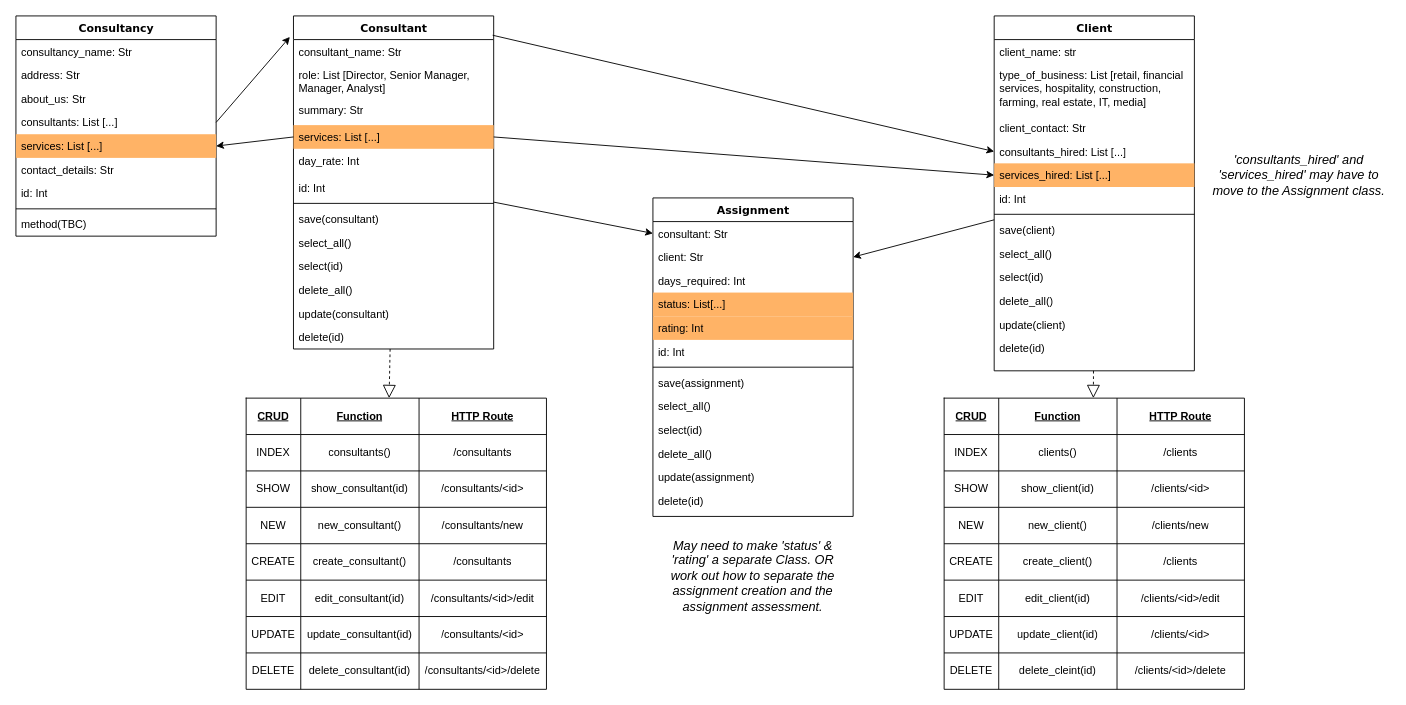
The draw.io diagram planning/Class Diagrams.drawio in michaelmccoll/Project_Secure_Design, before the edit. Source tidied: cells renumbered, new cells numbered last; positions are measured from the earlier drawing's top-left corner, leaving out a move shared by most shapes. Both pictures are drawn from the tidied source at 91%, with x=0, y=0 at pixel (15, 15).
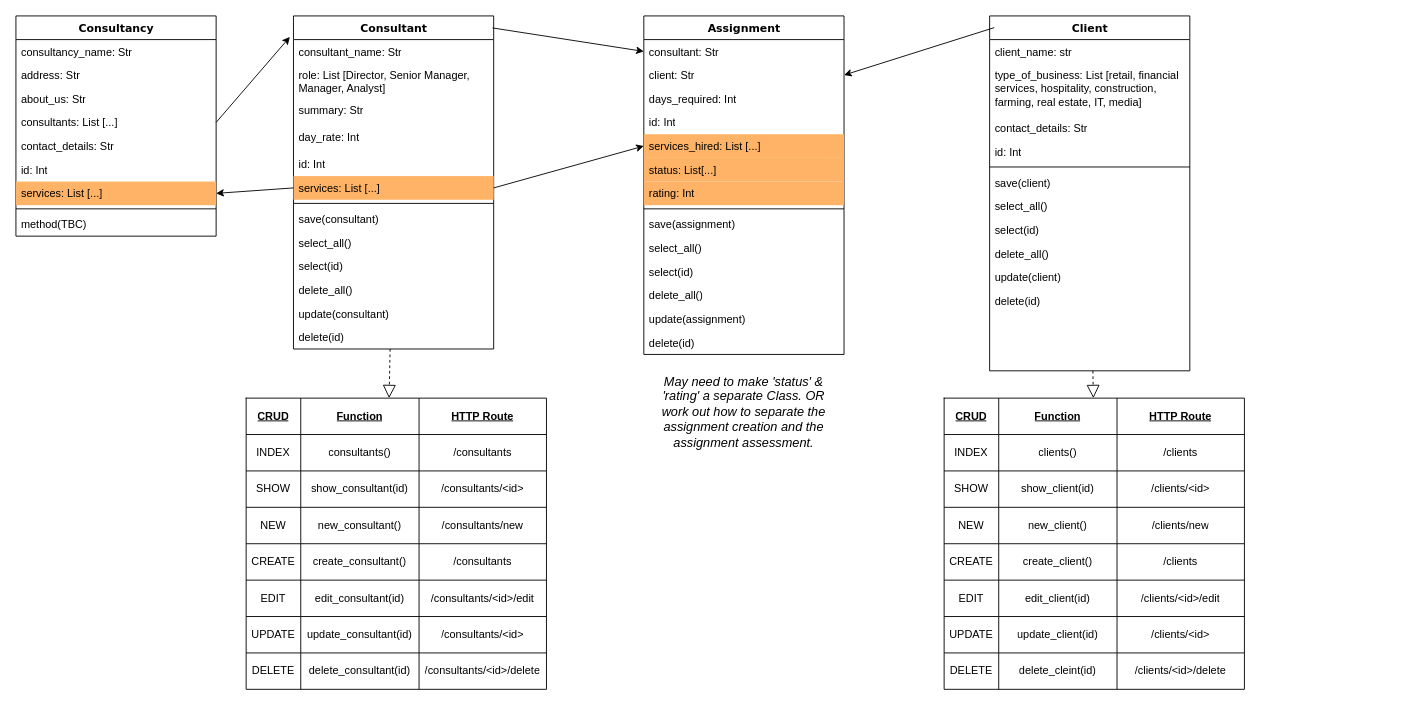
The same diagram, later.

Unchanged cells that the change refers to:
```xml
<mxCell id="16" value="Consultancy" style="swimlane;html=1;fontStyle=1;align=center;verticalAlign=top;horizontal=1;startSize=26;swimlaneFillColor=#ffffff;rounded=0;shadow=0;comic=0;labelBackgroundColor=none;strokeWidth=1;fillColor=none;fontFamily=Verdana;fontSize=12;" parent="1" vertex="1">
  <mxGeometry width="220" height="242" as="geometry" />
</mxCell>
<mxCell id="26" value="Consultant" style="swimlane;html=1;fontStyle=1;align=center;verticalAlign=top;horizontal=1;startSize=26;swimlaneFillColor=#ffffff;rounded=0;shadow=0;comic=0;labelBackgroundColor=none;strokeWidth=1;fillColor=none;fontFamily=Verdana;fontSize=12;" parent="1" vertex="1">
  <mxGeometry x="305" width="220" height="366" as="geometry" />
</mxCell>
<mxCell id="113" value="consultant: Str" style="text;html=1;strokeColor=none;fillColor=none;align=left;verticalAlign=top;spacingLeft=4;spacingRight=4;whiteSpace=wrap;overflow=hidden;points=[[0,0.5],[1,0.5]];portConstraint=eastwest;" parent="112" vertex="1">
  <mxGeometry y="26" width="220" height="26" as="geometry" />
</mxCell>
<mxCell id="114" value="client: Str" style="text;html=1;strokeColor=none;fillColor=none;align=left;verticalAlign=top;spacingLeft=4;spacingRight=4;whiteSpace=wrap;overflow=hidden;points=[[0,0.5],[1,0.5]];portConstraint=eastwest;" parent="112" vertex="1">
  <mxGeometry y="52" width="220" height="26" as="geometry" />
</mxCell>
```

Diff of the diagram source:
```diff
@@
     <mxCell id="2" value="Client" style="swimlane;html=1;fontStyle=1;align=center;verticalAlign=top;horizontal=1;startSize=26;swimlaneFillColor=#ffffff;rounded=0;shadow=0;comic=0;labelBackgroundColor=none;strokeWidth=1;fillColor=none;fontFamily=Verdana;fontSize=12;" parent="1" vertex="1">
-      <mxGeometry x="1075" width="220" height="390" as="geometry" />
+      <mxGeometry x="1070" width="220" height="390" as="geometry" />
     </mxCell>
@@
-    <mxCell id="5" value="client_contact: Str" style="text;html=1;strokeColor=none;fillColor=none;align=left;verticalAlign=top;spacingLeft=4;spacingRight=4;whiteSpace=wrap;overflow=hidden;" parent="2" vertex="1">
+    <mxCell id="5" value="contact_details: Str" style="text;html=1;strokeColor=none;fillColor=none;align=left;verticalAlign=top;spacingLeft=4;spacingRight=4;whiteSpace=wrap;overflow=hidden;" parent="2" vertex="1">
       <mxGeometry y="110" width="220" height="26" as="geometry" />
     </mxCell>
-    <mxCell id="6" value="consultants_hired: List [...]" style="text;html=1;strokeColor=none;fillColor=none;align=left;verticalAlign=top;spacingLeft=4;spacingRight=4;whiteSpace=wrap;overflow=hidden;points=[[0,0.5],[1,0.5]];portConstraint=eastwest;" parent="2" vertex="1">
-      <mxGeometry y="136" width="220" height="26" as="geometry" />
-    </mxCell>
-    <mxCell id="7" value="services_hired: List [...]" style="text;html=1;strokeColor=none;fillColor=#FFB366;align=left;verticalAlign=top;spacingLeft=4;spacingRight=4;whiteSpace=wrap;overflow=hidden;points=[[0,0.5],[1,0.5]];portConstraint=eastwest;" parent="2" vertex="1">
-      <mxGeometry y="162" width="220" height="26" as="geometry" />
-    </mxCell>
     <mxCell id="8" value="id: Int" style="text;html=1;strokeColor=none;fillColor=none;align=left;verticalAlign=top;spacingLeft=4;spacingRight=4;whiteSpace=wrap;overflow=hidden;" parent="2" vertex="1">
-      <mxGeometry y="188" width="220" height="26" as="geometry" />
+      <mxGeometry y="136" width="220" height="26" as="geometry" />
     </mxCell>
     <mxCell id="9" style="line;html=1;strokeWidth=1;fillColor=none;align=left;verticalAlign=middle;spacingTop=-1;spacingLeft=3;spacingRight=3;labelPosition=right;" parent="2" vertex="1">
-      <mxGeometry y="214" width="220" height="8" as="geometry" />
+      <mxGeometry y="162" width="220" height="8" as="geometry" />
     </mxCell>
     <mxCell id="10" value="save(client)" style="text;html=1;strokeColor=none;fillColor=none;align=left;verticalAlign=top;spacingLeft=4;spacingRight=4;whiteSpace=wrap;overflow=hidden;" parent="2" vertex="1">
-      <mxGeometry y="222" width="220" height="26" as="geometry" />
+      <mxGeometry y="170" width="220" height="26" as="geometry" />
     </mxCell>
     <mxCell id="11" value="select_all()" style="text;html=1;strokeColor=none;fillColor=none;align=left;verticalAlign=top;spacingLeft=4;spacingRight=4;whiteSpace=wrap;overflow=hidden;" parent="2" vertex="1">
-      <mxGeometry y="248" width="220" height="26" as="geometry" />
+      <mxGeometry y="196" width="220" height="26" as="geometry" />
     </mxCell>
     <mxCell id="12" value="select(id)" style="text;html=1;strokeColor=none;fillColor=none;align=left;verticalAlign=top;spacingLeft=4;spacingRight=4;whiteSpace=wrap;overflow=hidden;" parent="2" vertex="1">
-      <mxGeometry y="274" width="220" height="26" as="geometry" />
+      <mxGeometry y="222" width="220" height="26" as="geometry" />
     </mxCell>
     <mxCell id="13" value="delete_all()" style="text;html=1;strokeColor=none;fillColor=none;align=left;verticalAlign=top;spacingLeft=4;spacingRight=4;whiteSpace=wrap;overflow=hidden;" parent="2" vertex="1">
-      <mxGeometry y="300" width="220" height="26" as="geometry" />
+      <mxGeometry y="248" width="220" height="26" as="geometry" />
     </mxCell>
     <mxCell id="14" value="update(client)" style="text;html=1;strokeColor=none;fillColor=none;align=left;verticalAlign=top;spacingLeft=4;spacingRight=4;whiteSpace=wrap;overflow=hidden;" parent="2" vertex="1">
-      <mxGeometry y="326" width="220" height="26" as="geometry" />
+      <mxGeometry y="274" width="220" height="26" as="geometry" />
     </mxCell>
     <mxCell id="15" value="delete(id)" style="text;html=1;strokeColor=none;fillColor=none;align=left;verticalAlign=top;spacingLeft=4;spacingRight=4;whiteSpace=wrap;overflow=hidden;" parent="2" vertex="1">
-      <mxGeometry y="352" width="220" height="26" as="geometry" />
+      <mxGeometry y="300" width="220" height="26" as="geometry" />
     </mxCell>
@@
-    <mxCell id="21" value="services: List [...]" style="text;html=1;strokeColor=none;fillColor=#FFB366;align=left;verticalAlign=top;spacingLeft=4;spacingRight=4;whiteSpace=wrap;overflow=hidden;points=[[0,0.5],[1,0.5]];portConstraint=eastwest;" parent="16" vertex="1">
-      <mxGeometry y="130" width="220" height="26" as="geometry" />
-    </mxCell>
     <mxCell id="22" value="contact_details: Str" style="text;html=1;strokeColor=none;fillColor=none;align=left;verticalAlign=top;spacingLeft=4;spacingRight=4;whiteSpace=wrap;overflow=hidden;" parent="16" vertex="1">
-      <mxGeometry y="156" width="220" height="26" as="geometry" />
+      <mxGeometry y="130" width="220" height="26" as="geometry" />
     </mxCell>
     <mxCell id="23" value="id: Int" style="text;html=1;strokeColor=none;fillColor=none;align=left;verticalAlign=top;spacingLeft=4;spacingRight=4;whiteSpace=wrap;overflow=hidden;" parent="16" vertex="1">
-      <mxGeometry y="182" width="220" height="26" as="geometry" />
+      <mxGeometry y="156" width="220" height="26" as="geometry" />
     </mxCell>
+    <mxCell id="21" value="services: List [...]" style="text;html=1;strokeColor=none;fillColor=#FFB366;align=left;verticalAlign=top;spacingLeft=4;spacingRight=4;whiteSpace=wrap;overflow=hidden;points=[[0,0.5],[1,0.5]];portConstraint=eastwest;" parent="16" vertex="1">
+      <mxGeometry y="182" width="220" height="26" as="geometry" />
+    </mxCell>
@@
-    <mxCell id="30" value="services: List [...]" style="text;html=1;strokeColor=none;fillColor=#FFB366;align=left;verticalAlign=top;spacingLeft=4;spacingRight=4;whiteSpace=wrap;overflow=hidden;points=[[0,0.5],[1,0.5]];portConstraint=eastwest;" parent="26" vertex="1">
-      <mxGeometry y="120" width="220" height="26" as="geometry" />
-    </mxCell>
     <mxCell id="31" value="day_rate: Int" style="text;html=1;strokeColor=none;fillColor=none;align=left;verticalAlign=top;spacingLeft=4;spacingRight=4;whiteSpace=wrap;overflow=hidden;" parent="26" vertex="1">
-      <mxGeometry y="146" width="220" height="30" as="geometry" />
+      <mxGeometry y="120" width="220" height="30" as="geometry" />
     </mxCell>
     <mxCell id="32" value="id: Int" style="text;html=1;strokeColor=none;fillColor=none;align=left;verticalAlign=top;spacingLeft=4;spacingRight=4;whiteSpace=wrap;overflow=hidden;" parent="26" vertex="1">
-      <mxGeometry y="176" width="220" height="26" as="geometry" />
+      <mxGeometry y="150" width="220" height="26" as="geometry" />
     </mxCell>
+    <mxCell id="30" value="services: List [...]" style="text;html=1;strokeColor=none;fillColor=#FFB366;align=left;verticalAlign=top;spacingLeft=4;spacingRight=4;whiteSpace=wrap;overflow=hidden;points=[[0,0.5],[1,0.5]];portConstraint=eastwest;" parent="26" vertex="1">
+      <mxGeometry y="176" width="220" height="26" as="geometry" />
+    </mxCell>
@@
-    <mxCell id="40" style="endArrow=classic;html=1;exitX=0.995;exitY=0.058;exitDx=0;exitDy=0;entryX=0;entryY=0.5;entryDx=0;entryDy=0;exitPerimeter=0;" parent="1" edge="1" source="26" target="6">
-      <mxGeometry relative="1" as="geometry" />
-    </mxCell>
@@
     <mxCell id="112" value="Assignment" style="swimlane;html=1;fontStyle=1;align=center;verticalAlign=top;horizontal=1;startSize=26;swimlaneFillColor=#ffffff;rounded=0;shadow=0;comic=0;labelBackgroundColor=none;strokeWidth=1;fillColor=none;fontFamily=Verdana;fontSize=12;" parent="1" vertex="1">
-      <mxGeometry x="700" y="200" width="220" height="350" as="geometry" />
+      <mxGeometry x="690" width="220" height="372" as="geometry" />
     </mxCell>
@@
+    <mxCell id="118" value="id: Int" style="text;html=1;strokeColor=none;fillColor=none;align=left;verticalAlign=top;spacingLeft=4;spacingRight=4;whiteSpace=wrap;overflow=hidden;" parent="112" vertex="1">
+      <mxGeometry y="104" width="220" height="26" as="geometry" />
+    </mxCell>
+    <mxCell id="7" value="services_hired: List [...]" style="text;html=1;strokeColor=none;fillColor=#FFB366;align=left;verticalAlign=top;spacingLeft=4;spacingRight=4;whiteSpace=wrap;overflow=hidden;points=[[0,0.5],[1,0.5]];portConstraint=eastwest;" parent="112" vertex="1">
+      <mxGeometry y="130" width="220" height="26" as="geometry" />
+    </mxCell>
     <mxCell id="116" value="status: List[...]" style="text;html=1;strokeColor=none;fillColor=#FFB366;align=left;verticalAlign=top;spacingLeft=4;spacingRight=4;whiteSpace=wrap;overflow=hidden;" parent="112" vertex="1">
-      <mxGeometry y="104" width="220" height="26" as="geometry" />
+      <mxGeometry y="156" width="220" height="26" as="geometry" />
     </mxCell>
     <mxCell id="117" value="rating: Int" style="text;html=1;strokeColor=none;fillColor=#FFB366;align=left;verticalAlign=top;spacingLeft=4;spacingRight=4;whiteSpace=wrap;overflow=hidden;" parent="112" vertex="1">
-      <mxGeometry y="130" width="220" height="26" as="geometry" />
+      <mxGeometry y="182" width="220" height="26" as="geometry" />
     </mxCell>
-    <mxCell id="118" value="id: Int" style="text;html=1;strokeColor=none;fillColor=none;align=left;verticalAlign=top;spacingLeft=4;spacingRight=4;whiteSpace=wrap;overflow=hidden;" parent="112" vertex="1">
-      <mxGeometry y="156" width="220" height="26" as="geometry" />
-    </mxCell>
     <mxCell id="119" style="line;html=1;strokeWidth=1;fillColor=none;align=left;verticalAlign=middle;spacingTop=-1;spacingLeft=3;spacingRight=3;labelPosition=right;" parent="112" vertex="1">
-      <mxGeometry y="182" width="220" height="8" as="geometry" />
+      <mxGeometry y="208" width="220" height="8" as="geometry" />
     </mxCell>
     <mxCell id="120" value="save(assignment)" style="text;html=1;strokeColor=none;fillColor=none;align=left;verticalAlign=top;spacingLeft=4;spacingRight=4;whiteSpace=wrap;overflow=hidden;" parent="112" vertex="1">
-      <mxGeometry y="190" width="220" height="26" as="geometry" />
+      <mxGeometry y="216" width="220" height="26" as="geometry" />
     </mxCell>
     <mxCell id="121" value="select_all()" style="text;html=1;strokeColor=none;fillColor=none;align=left;verticalAlign=top;spacingLeft=4;spacingRight=4;whiteSpace=wrap;overflow=hidden;" parent="112" vertex="1">
-      <mxGeometry y="216" width="220" height="26" as="geometry" />
+      <mxGeometry y="242" width="220" height="26" as="geometry" />
     </mxCell>
     <mxCell id="122" value="select(id)" style="text;html=1;strokeColor=none;fillColor=none;align=left;verticalAlign=top;spacingLeft=4;spacingRight=4;whiteSpace=wrap;overflow=hidden;" parent="112" vertex="1">
-      <mxGeometry y="242" width="220" height="26" as="geometry" />
+      <mxGeometry y="268" width="220" height="26" as="geometry" />
     </mxCell>
     <mxCell id="123" value="delete_all()" style="text;html=1;strokeColor=none;fillColor=none;align=left;verticalAlign=top;spacingLeft=4;spacingRight=4;whiteSpace=wrap;overflow=hidden;" parent="112" vertex="1">
-      <mxGeometry y="268" width="220" height="26" as="geometry" />
+      <mxGeometry y="294" width="220" height="26" as="geometry" />
     </mxCell>
     <mxCell id="124" value="update(assignment)" style="text;html=1;strokeColor=none;fillColor=none;align=left;verticalAlign=top;spacingLeft=4;spacingRight=4;whiteSpace=wrap;overflow=hidden;" parent="112" vertex="1">
-      <mxGeometry y="294" width="220" height="26" as="geometry" />
+      <mxGeometry y="320" width="220" height="26" as="geometry" />
     </mxCell>
     <mxCell id="125" value="delete(id)" style="text;html=1;strokeColor=none;fillColor=none;align=left;verticalAlign=top;spacingLeft=4;spacingRight=4;whiteSpace=wrap;overflow=hidden;" parent="112" vertex="1">
-      <mxGeometry y="320" width="220" height="26" as="geometry" />
+      <mxGeometry y="346" width="220" height="26" as="geometry" />
     </mxCell>
-    <mxCell id="126" style="endArrow=classic;html=1;entryX=0;entryY=0.5;entryDx=0;entryDy=0;" parent="1" edge="1" source="26" target="113">
+    <mxCell id="126" style="endArrow=classic;html=1;entryX=0;entryY=0.5;entryDx=0;entryDy=0;exitX=0.994;exitY=0.036;exitDx=0;exitDy=0;exitPerimeter=0;" parent="1" edge="1" source="26" target="113">
       <mxGeometry relative="1" as="geometry" />
     </mxCell>
-    <mxCell id="127" style="endArrow=classic;html=1;entryX=1;entryY=0.5;entryDx=0;entryDy=0;" parent="1" edge="1" source="2" target="114">
+    <mxCell id="127" style="endArrow=classic;html=1;entryX=1;entryY=0.5;entryDx=0;entryDy=0;exitX=0.023;exitY=0.033;exitDx=0;exitDy=0;exitPerimeter=0;" parent="1" edge="1" source="2" target="114">
       <mxGeometry relative="1" as="geometry" />
     </mxCell>
     <mxCell id="128" value="May need to make 'status' &amp;amp; 'rating' a separate Class. OR work out how to separate the assignment creation and the assignment assessment." style="text;html=1;strokeColor=none;fillColor=none;align=center;verticalAlign=middle;whiteSpace=wrap;rounded=0;fontSize=14;fontStyle=2;" parent="1" vertex="1">
-      <mxGeometry x="710" y="570" width="200" height="90" as="geometry" />
+      <mxGeometry x="700" y="390" width="200" height="90" as="geometry" />
     </mxCell>
-    <mxCell id="129" value="'consultants_hired' and 'services_hired' may have to move to the Assignment class." style="text;html=1;strokeColor=none;fillColor=none;align=center;verticalAlign=middle;whiteSpace=wrap;rounded=0;fontSize=14;fontStyle=2;" parent="1" vertex="1">
-      <mxGeometry x="1310" y="130" width="200" height="90" as="geometry" />
-    </mxCell>
```
